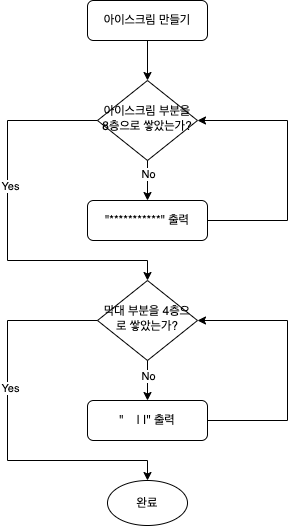
The draw.io diagram flowchart.png in yagom-academy/swift-starter-Round1, before a commit. Source tidied: cells renumbered, new cells last; positions are measured from the earlier drawing's top-left corner, leaving out a move shared by most shapes.
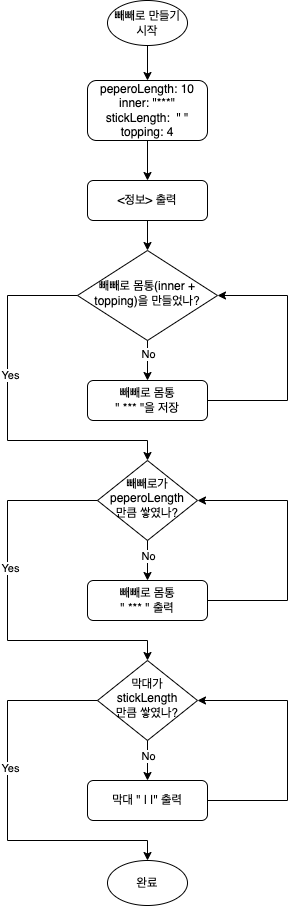
Above is the later version.

Commit message:
Step 3: 순서도 작성

Change to the diagram source:
```diff
@@ -1,34 +1,34 @@
-<mxGraphModel>
+<mxGraphModel background="#FFFFFF">
   <root>
     <mxCell id="0" />
     <mxCell id="1" parent="0" />
-    <mxCell id="2" value="아이스크림 만들기" style="rounded=1;whiteSpace=wrap;html=1;fontSize=12;glass=0;strokeWidth=1;shadow=0;" parent="1" vertex="1">
-      <mxGeometry x="80" width="120" height="40" as="geometry" />
+    <mxCell id="2" value="peperoLength: 10&lt;br&gt;inner: &quot;***&quot;&lt;br&gt;stickLength:&amp;nbsp; &quot; &quot;&lt;br&gt;topping: 4" style="rounded=1;whiteSpace=wrap;html=1;fontSize=12;glass=0;strokeWidth=1;shadow=0;" parent="1" vertex="1">
+      <mxGeometry x="80" y="-100" width="120" height="60" as="geometry" />
     </mxCell>
-    <mxCell id="3" value="아이스크림 부분을 8층으로 쌓았는가?" style="rhombus;whiteSpace=wrap;html=1;shadow=0;fontFamily=Helvetica;fontSize=12;align=center;strokeWidth=1;spacing=6;spacingTop=-4;" parent="1" vertex="1">
-      <mxGeometry x="90" y="80" width="100" height="80" as="geometry" />
+    <mxCell id="3" value="빼빼로 몸통(inner + topping)을 만들었나?" style="rhombus;whiteSpace=wrap;html=1;shadow=0;fontFamily=Helvetica;fontSize=12;align=center;strokeWidth=1;spacing=6;spacingTop=-4;" parent="1" vertex="1">
+      <mxGeometry x="70" y="70" width="140" height="90" as="geometry" />
     </mxCell>
-    <mxCell id="4" value="&quot;***********&quot; 출력" style="rounded=1;whiteSpace=wrap;html=1;fontSize=12;glass=0;strokeWidth=1;shadow=0;" parent="1" vertex="1">
+    <mxCell id="4" value="빼빼로 몸통&lt;br&gt;&quot; *** &quot;을 저장" style="rounded=1;whiteSpace=wrap;html=1;fontSize=12;glass=0;strokeWidth=1;shadow=0;" parent="1" vertex="1">
       <mxGeometry x="80" y="200" width="120" height="40" as="geometry" />
     </mxCell>
-    <mxCell id="5" value="막대 부분을 4층으로 쌓았는가?" style="rhombus;whiteSpace=wrap;html=1;shadow=0;fontFamily=Helvetica;fontSize=12;align=center;strokeWidth=1;spacing=6;spacingTop=-4;" parent="1" vertex="1">
+    <mxCell id="5" value="빼빼로가 peperoLength&lt;br&gt;만큼 쌓였나?" style="rhombus;whiteSpace=wrap;html=1;shadow=0;fontFamily=Helvetica;fontSize=12;align=center;strokeWidth=1;spacing=6;spacingTop=-4;" parent="1" vertex="1">
       <mxGeometry x="90" y="280" width="100" height="80" as="geometry" />
     </mxCell>
-    <mxCell id="6" value="&quot;&amp;nbsp; &amp;nbsp; | |&quot; 출력" style="rounded=1;whiteSpace=wrap;html=1;fontSize=12;glass=0;strokeWidth=1;shadow=0;" parent="1" vertex="1">
+    <mxCell id="6" value="빼빼로 몸통&lt;br&gt;&quot; *** &quot; 출력" style="rounded=1;whiteSpace=wrap;html=1;fontSize=12;glass=0;strokeWidth=1;shadow=0;" parent="1" vertex="1">
       <mxGeometry x="80" y="400" width="120" height="40" as="geometry" />
     </mxCell>
     <mxCell id="7" style="edgeStyle=none;jettySize=auto;html=1;rounded=0;exitX=1;exitY=0.5;exitDx=0;exitDy=0;entryX=1;entryY=0.5;entryDx=0;entryDy=0;" parent="1" edge="1" source="4" target="3">
       <mxGeometry relative="1" as="geometry">
         <Array as="points">
           <mxPoint x="280" y="220" />
-          <mxPoint x="280" y="120" />
+          <mxPoint x="280" y="115" />
         </Array>
       </mxGeometry>
     </mxCell>
     <mxCell id="8" style="edgeStyle=none;jettySize=auto;html=1;rounded=0;exitX=0;exitY=0.5;exitDx=0;exitDy=0;entryX=0.5;entryY=0;entryDx=0;entryDy=0;" parent="1" edge="1" source="3" target="5">
       <mxGeometry relative="1" as="geometry">
         <Array as="points">
-          <mxPoint y="120" />
+          <mxPoint y="115" />
           <mxPoint y="260" />
           <mxPoint x="140" y="260" />
         </Array>
@@ -38,10 +38,12 @@
       <mxGeometry x="-0.2" y="2" relative="1" as="geometry" />
     </mxCell>
     <mxCell id="10" value="완료" style="ellipse;whiteSpace=wrap;html=1;" parent="1" vertex="1">
-      <mxGeometry x="100" y="480" width="80" height="45" as="geometry" />
+      <mxGeometry x="100" y="680" width="80" height="45" as="geometry" />
     </mxCell>
-    <mxCell id="11" style="edgeStyle=none;jettySize=auto;html=1;rounded=0;exitX=0.5;exitY=1;exitDx=0;exitDy=0;entryX=0.5;entryY=0;entryDx=0;entryDy=0;" parent="1" edge="1" source="2" target="3">
-      <mxGeometry relative="1" as="geometry" />
+    <mxCell id="11" style="edgeStyle=none;jettySize=auto;html=1;rounded=0;entryX=0.5;entryY=0;entryDx=0;entryDy=0;" parent="1" edge="1" target="3">
+      <mxGeometry relative="1" as="geometry">
+        <mxPoint x="140" y="40" as="sourcePoint" />
+      </mxGeometry>
     </mxCell>
     <mxCell id="12" style="edgeStyle=none;jettySize=auto;html=1;rounded=0;exitX=0.5;exitY=1;exitDx=0;exitDy=0;entryX=0.5;entryY=0;entryDx=0;entryDy=0;" parent="1" edge="1" source="3" target="4">
       <mxGeometry relative="1" as="geometry" />
@@ -65,7 +67,7 @@
         </Array>
       </mxGeometry>
     </mxCell>
-    <mxCell id="17" style="edgeStyle=none;jettySize=auto;html=1;rounded=0;exitX=0;exitY=0.5;exitDx=0;exitDy=0;entryX=0.5;entryY=0;entryDx=0;entryDy=0;" parent="1" edge="1" source="5" target="10">
+    <mxCell id="17" style="edgeStyle=none;jettySize=auto;html=1;rounded=0;exitX=0;exitY=0.5;exitDx=0;exitDy=0;entryX=0.5;entryY=0;entryDx=0;entryDy=0;" parent="1" edge="1" source="5" target="23">
       <mxGeometry relative="1" as="geometry">
         <Array as="points">
           <mxPoint y="320" />
@@ -77,5 +79,50 @@
     <mxCell id="18" value="Yes" style="edgeLabel;html=1;align=center;verticalAlign=middle;" parent="17" vertex="1">
       <mxGeometry x="-0.19" y="2" relative="1" as="geometry" />
     </mxCell>
+    <mxCell id="19" value="빼빼로 만들기 시작" style="ellipse;whiteSpace=wrap;html=1;" parent="1" vertex="1">
+      <mxGeometry x="100" y="-180" width="80" height="45" as="geometry" />
+    </mxCell>
+    <mxCell id="20" style="edgeStyle=none;jettySize=auto;html=1;rounded=0;exitX=0.5;exitY=1;exitDx=0;exitDy=0;entryX=0.5;entryY=0;entryDx=0;entryDy=0;" parent="1" edge="1" source="19" target="2">
+      <mxGeometry relative="1" as="geometry" />
+    </mxCell>
+    <mxCell id="21" value="&amp;lt;정보&amp;gt; 출력" style="rounded=1;whiteSpace=wrap;html=1;fontSize=12;glass=0;strokeWidth=1;shadow=0;" parent="1" vertex="1">
+      <mxGeometry x="80" width="120" height="40" as="geometry" />
+    </mxCell>
+    <mxCell id="22" style="edgeStyle=none;jettySize=auto;html=1;rounded=0;exitX=0.5;exitY=1;exitDx=0;exitDy=0;entryX=0.5;entryY=0;entryDx=0;entryDy=0;" parent="1" edge="1" source="2" target="21">
+      <mxGeometry relative="1" as="geometry" />
+    </mxCell>
+    <mxCell id="23" value="막대가 stickLength&lt;br&gt;만큼 쌓였나?" style="rhombus;whiteSpace=wrap;html=1;shadow=0;fontFamily=Helvetica;fontSize=12;align=center;strokeWidth=1;spacing=6;spacingTop=-4;" parent="1" vertex="1">
+      <mxGeometry x="90" y="480" width="100" height="80" as="geometry" />
+    </mxCell>
+    <mxCell id="24" value="막대 &quot; | |&quot; 출력" style="rounded=1;whiteSpace=wrap;html=1;fontSize=12;glass=0;strokeWidth=1;shadow=0;" parent="1" vertex="1">
+      <mxGeometry x="80" y="600" width="120" height="40" as="geometry" />
+    </mxCell>
+    <mxCell id="25" style="edgeStyle=none;jettySize=auto;html=1;rounded=0;exitX=0.5;exitY=1;exitDx=0;exitDy=0;entryX=0.5;entryY=0;entryDx=0;entryDy=0;" parent="1" edge="1" source="23" target="24">
+      <mxGeometry relative="1" as="geometry" />
+    </mxCell>
+    <mxCell id="26" value="No" style="edgeLabel;html=1;align=center;verticalAlign=middle;" parent="25" vertex="1">
+      <mxGeometry x="-0.25" relative="1" as="geometry" />
+    </mxCell>
+    <mxCell id="27" style="edgeStyle=none;jettySize=auto;html=1;rounded=0;exitX=1;exitY=0.5;exitDx=0;exitDy=0;entryX=1;entryY=0.5;entryDx=0;entryDy=0;" parent="1" edge="1" source="24" target="23">
+      <mxGeometry relative="1" as="geometry">
+        <Array as="points">
+          <mxPoint x="280" y="620" />
+          <mxPoint x="280" y="520" />
+        </Array>
+      </mxGeometry>
+    </mxCell>
+    <mxCell id="28" style="edgeStyle=none;jettySize=auto;html=1;rounded=0;exitX=0;exitY=0.5;exitDx=0;exitDy=0;" parent="1" edge="1" source="23">
+      <mxGeometry relative="1" as="geometry">
+        <mxPoint x="140" y="680" as="targetPoint" />
+        <Array as="points">
+          <mxPoint y="520" />
+          <mxPoint y="660" />
+          <mxPoint x="140" y="660" />
+        </Array>
+      </mxGeometry>
+    </mxCell>
+    <mxCell id="29" value="Yes" style="edgeLabel;html=1;align=center;verticalAlign=middle;" parent="28" vertex="1">
+      <mxGeometry x="-0.19" y="2" relative="1" as="geometry" />
+    </mxCell>
   </root>
 </mxGraphModel>
```
